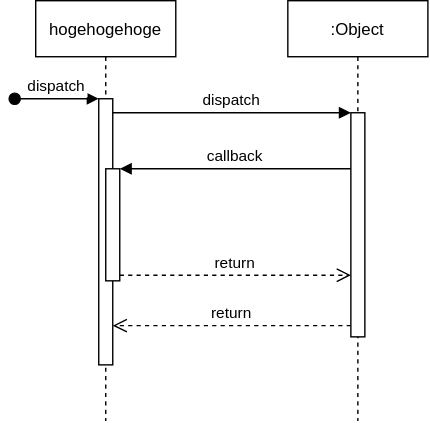
This is example/Untitled Diagram.svg from yukpiz/drawio-example, a draw.io export, as it was before one commit. Source tidied: cells renumbered, new cells last; positions are measured from the earlier drawing's top-left corner, leaving out a move shared by most shapes.
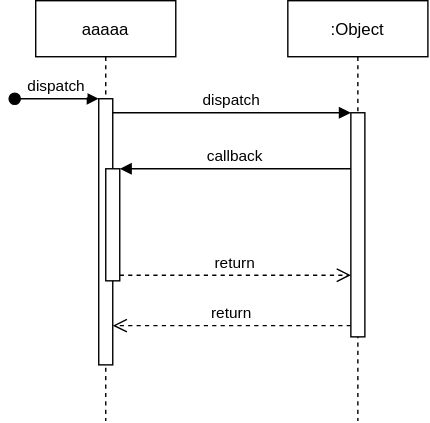
After the change.

Diff of the diagram source:
```diff
@@ -2,7 +2,7 @@
   <root>
     <mxCell id="0" />
     <mxCell id="1" parent="0" />
-    <mxCell id="2" value="hogehogehoge" style="shape=umlLifeline;perimeter=lifelinePerimeter;rounded=0;shadow=0;strokeWidth=1;" parent="1" vertex="1">
+    <mxCell id="2" value="aaaaa" style="shape=umlLifeline;perimeter=lifelinePerimeter;rounded=0;shadow=0;strokeWidth=1;" parent="1" vertex="1">
       <mxGeometry x="15" width="100" height="300" as="geometry" />
     </mxCell>
     <mxCell id="3" style="points=[];perimeter=orthogonalPerimeter;rounded=0;shadow=0;strokeWidth=1;" parent="2" vertex="1">
```
